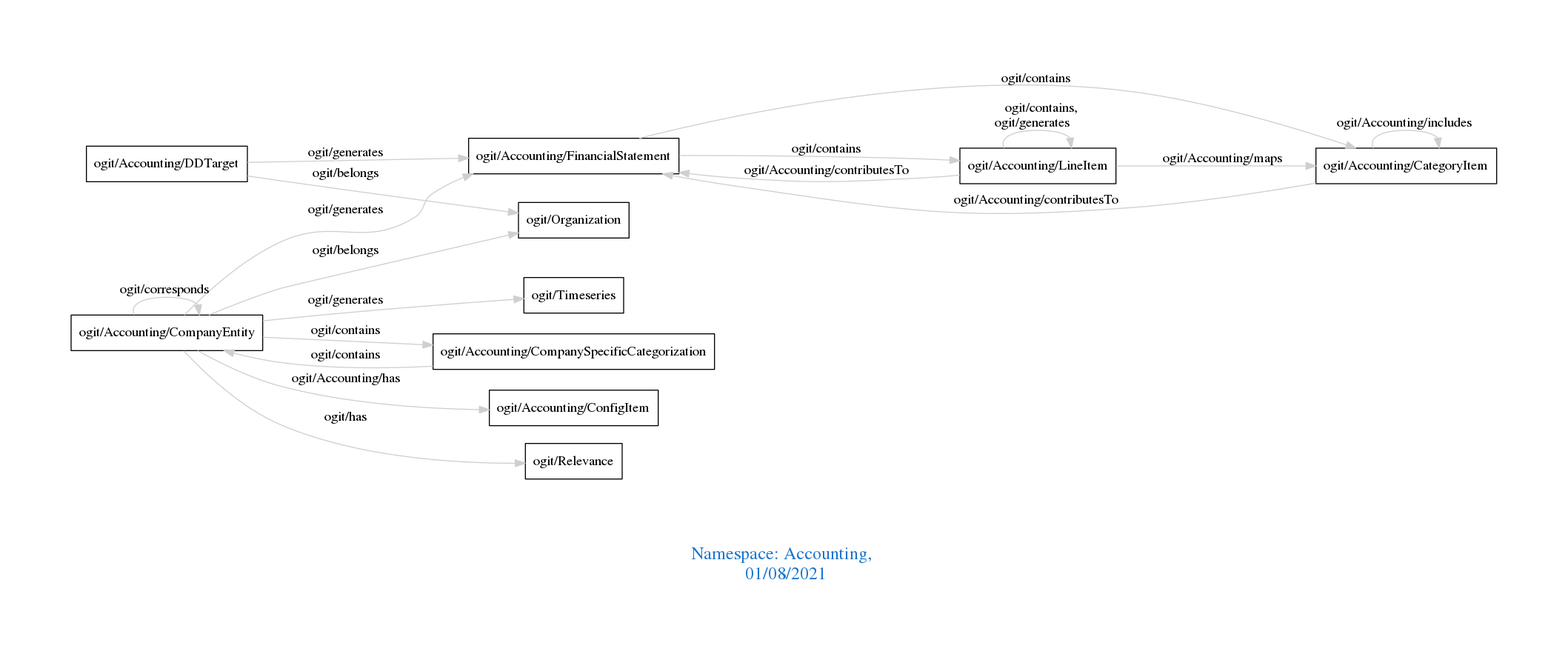
The Graphviz diagram downloads/Accounting.png in arago/OGIT, before a commit. Its source is kept beside it as downloads/Accounting.dot.
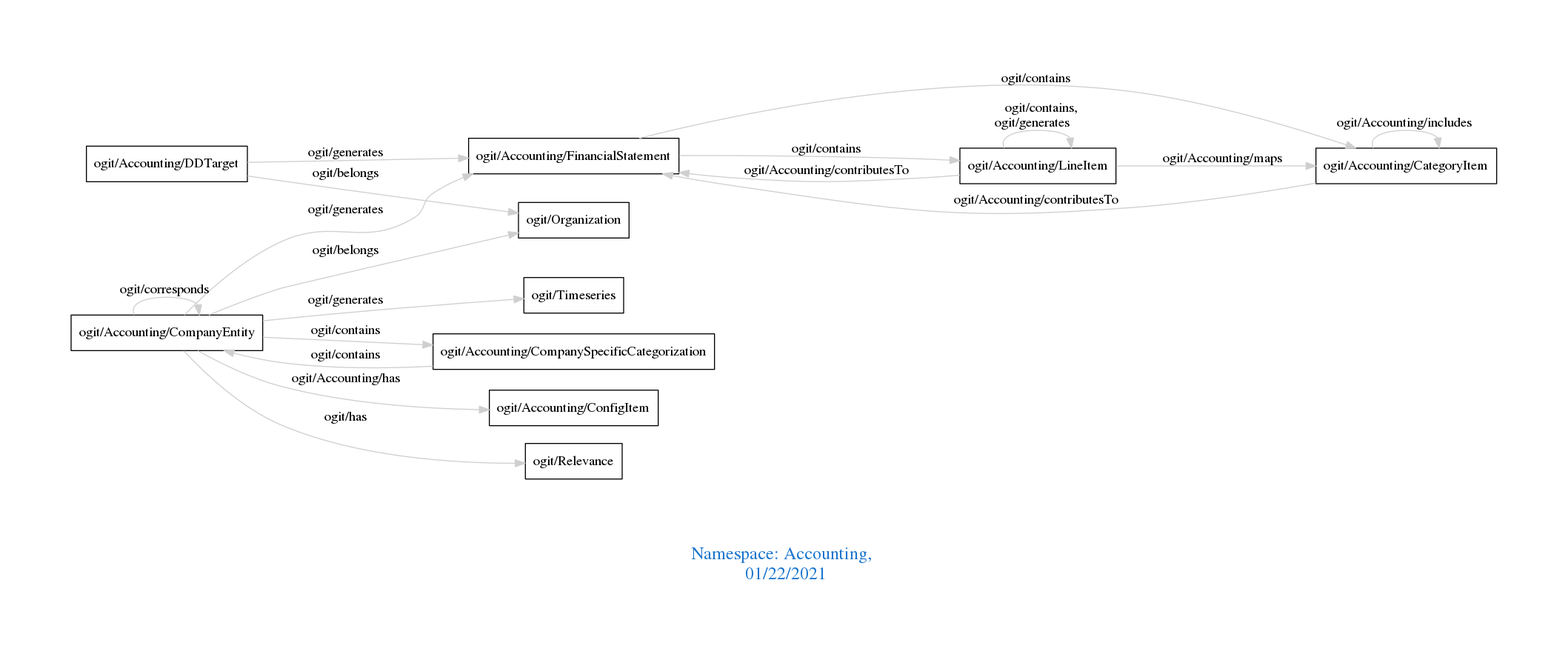
After the change.

The edit, as a diff of the source:
```diff
@@ -1,7 +1,7 @@
 digraph OGIT_ontology {
  graph [ rankdir= LR,pad=1
 fontsize = 18,
-fontcolor= dodgerblue3,label = "\n\n\nNamespace: Accounting, \n 01/08/2021"];
+fontcolor= dodgerblue3,label = "\n\n\nNamespace: Accounting, \n 01/22/2021"];
 node[shape=polygon];
 edge [  color="gray81"];
 
```
